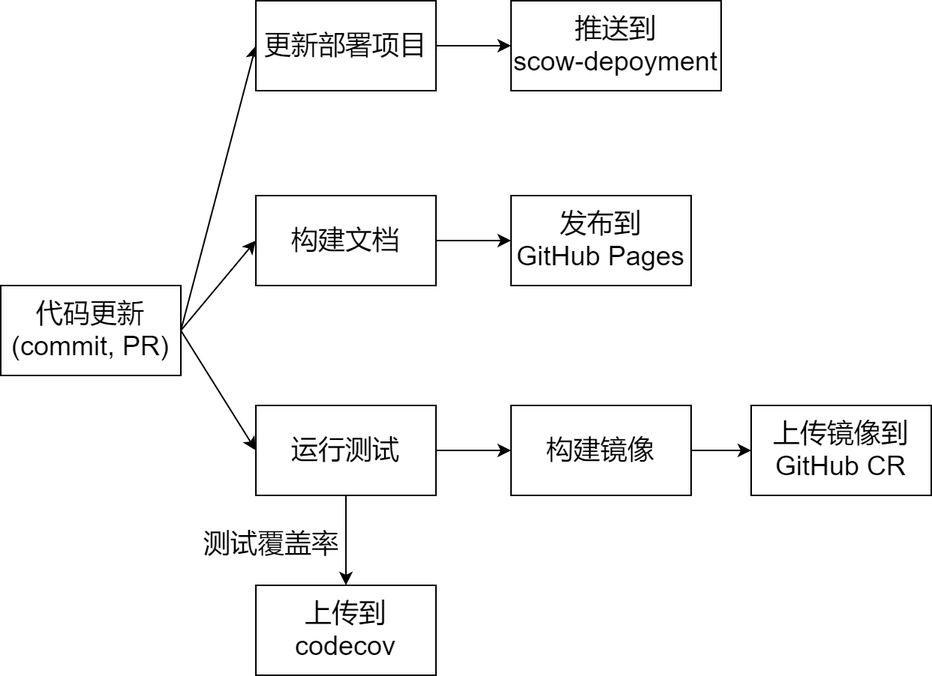
PKUHPC/OpenSCOW keeps this draw.io diagram as docs/docs/contribution/ci.png. Above is the earlier version. Source tidied: cells renumbered, new cells last; positions are measured from the earlier drawing's top-left corner, leaving out a move shared by most shapes.
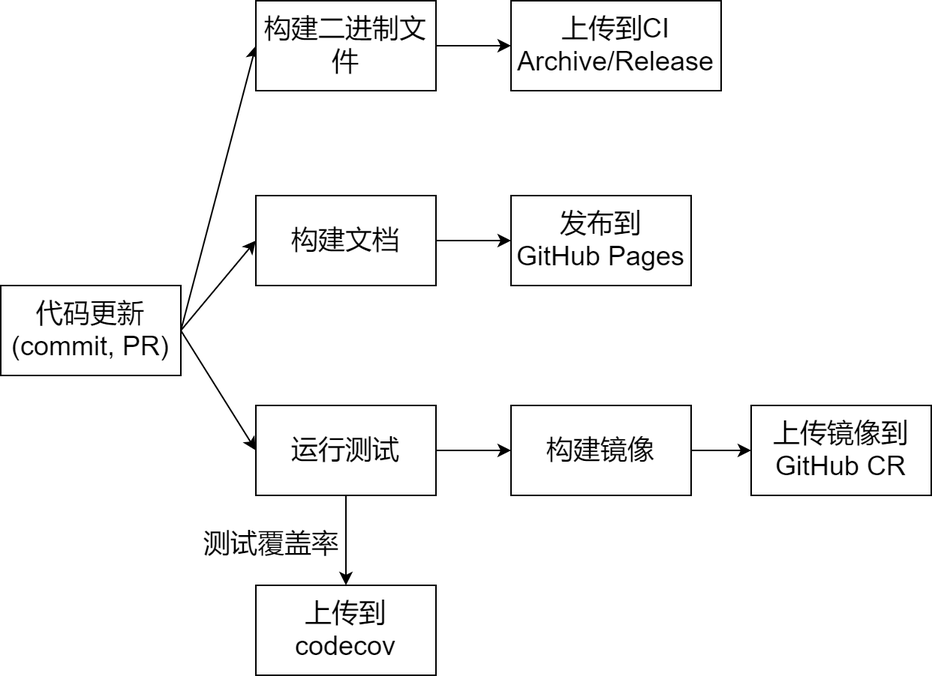
After the commit.

The edit, as a diff of the source:
```diff
@@ -52,10 +52,10 @@
     <mxCell id="17" style="edgeStyle=none;html=1;exitX=1;exitY=0.5;exitDx=0;exitDy=0;entryX=0;entryY=0.5;entryDx=0;entryDy=0;" parent="1" edge="1" source="18" target="19">
       <mxGeometry relative="1" as="geometry" />
     </mxCell>
-    <mxCell id="18" value="更新部署项目" style="rounded=0;whiteSpace=wrap;fontSize=18;labelBackgroundColor=none;" parent="1" vertex="1">
+    <mxCell id="18" value="构建二进制文件" style="rounded=0;whiteSpace=wrap;fontSize=18;labelBackgroundColor=none;" parent="1" vertex="1">
       <mxGeometry x="170" width="120" height="60" as="geometry" />
     </mxCell>
-    <mxCell id="19" value="推送到&#10;scow-depoyment" style="rounded=0;whiteSpace=wrap;fontSize=18;labelBackgroundColor=none;" parent="1" vertex="1">
+    <mxCell id="19" value="上传到CI Archive/Release" style="rounded=0;whiteSpace=wrap;fontSize=18;labelBackgroundColor=none;" parent="1" vertex="1">
       <mxGeometry x="340" width="140" height="60" as="geometry" />
     </mxCell>
   </root>
```
